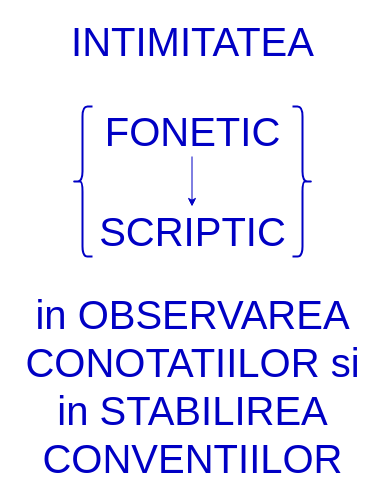
Before: 5D9A808F-78D5-44F3-950F-D1D3C6AA3763_1_201_a.drawio.xml in sheeperoni/Diagrams, a draw.io diagram. Source tidied: cells renumbered, new cells numbered last; positions are measured from the earlier drawing's top-left corner, leaving out a move shared by most shapes. Both pictures are drawn from the tidied source at 100%, with x=0, y=0 at pixel (17, 26).
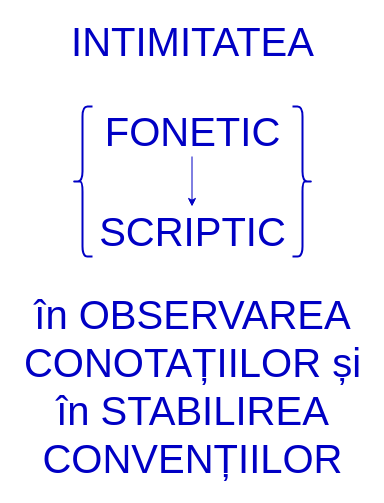
Above is the later version.

Change to the diagram source:
```diff
@@
 <mxGraphModel>
   <root>
     <mxCell id="0" />
     <mxCell id="1" parent="0" />
     <mxCell id="2" value="&lt;font style=&quot;font-size: 40px&quot; color=&quot;#0000c4&quot;&gt;INTIMITATEA&lt;/font&gt;" style="text;html=1;align=center;verticalAlign=middle;strokeColor=none;fillColor=none;" parent="1" vertex="1">
       <mxGeometry x="45" width="260" height="30" as="geometry" />
     </mxCell>
     <mxCell id="3" value="FONETIC" style="text;html=1;align=center;verticalAlign=middle;strokeColor=none;fillColor=none;fontSize=40;fontColor=#0000C4;" parent="1" vertex="1">
       <mxGeometry x="80" y="80" width="190" height="50" as="geometry" />
     </mxCell>
     <mxCell id="4" value="SCRIPTIC" style="text;html=1;align=center;verticalAlign=middle;strokeColor=none;fillColor=none;fontSize=40;fontColor=#0000C4;" parent="1" vertex="1">
       <mxGeometry x="75" y="180" width="200" height="50" as="geometry" />
     </mxCell>
-    <mxCell id="5" value="in OBSERVAREA&lt;br&gt;CONOTATIILOR si&lt;br&gt;in STABILIREA&lt;br&gt;CONVENTIILOR" style="text;html=1;align=center;verticalAlign=middle;strokeColor=none;fillColor=none;fontSize=40;fontColor=#0000C4;" parent="1" vertex="1">
+    <mxCell id="5" value="în OBSERVAREA&lt;br&gt;CONOTAȚIILOR și&lt;br&gt;în STABILIREA&lt;br&gt;CONVENȚIILOR" style="text;html=1;align=center;verticalAlign=middle;strokeColor=none;fillColor=none;fontSize=40;fontColor=#0000C4;" parent="1" vertex="1">
       <mxGeometry y="260" width="350" height="200" as="geometry" />
     </mxCell>
     <mxCell id="6" style="shape=curlyBracket;whiteSpace=wrap;html=1;rounded=1;fontSize=40;fontColor=#0000C4;strokeColor=#0000C4;strokeWidth=2;" parent="1" vertex="1">
       <mxGeometry x="55" y="80" width="20" height="150" as="geometry" />
     </mxCell>
     <mxCell id="7" style="shape=curlyBracket;whiteSpace=wrap;html=1;rounded=1;flipH=1;fontSize=40;fontColor=#0000C4;strokeColor=#0000C4;strokeWidth=2;" parent="1" vertex="1">
       <mxGeometry x="275" y="80" width="20" height="150" as="geometry" />
     </mxCell>
     <mxCell id="8" style="endArrow=classic;html=1;rounded=0;fontSize=40;fontColor=#0000C4;strokeColor=#0000C4;" parent="1" edge="1">
       <mxGeometry relative="1" as="geometry">
         <mxPoint x="174.5" y="130" as="sourcePoint" />
         <mxPoint x="174.5" y="180" as="targetPoint" />
       </mxGeometry>
     </mxCell>
   </root>
 </mxGraphModel>
```
